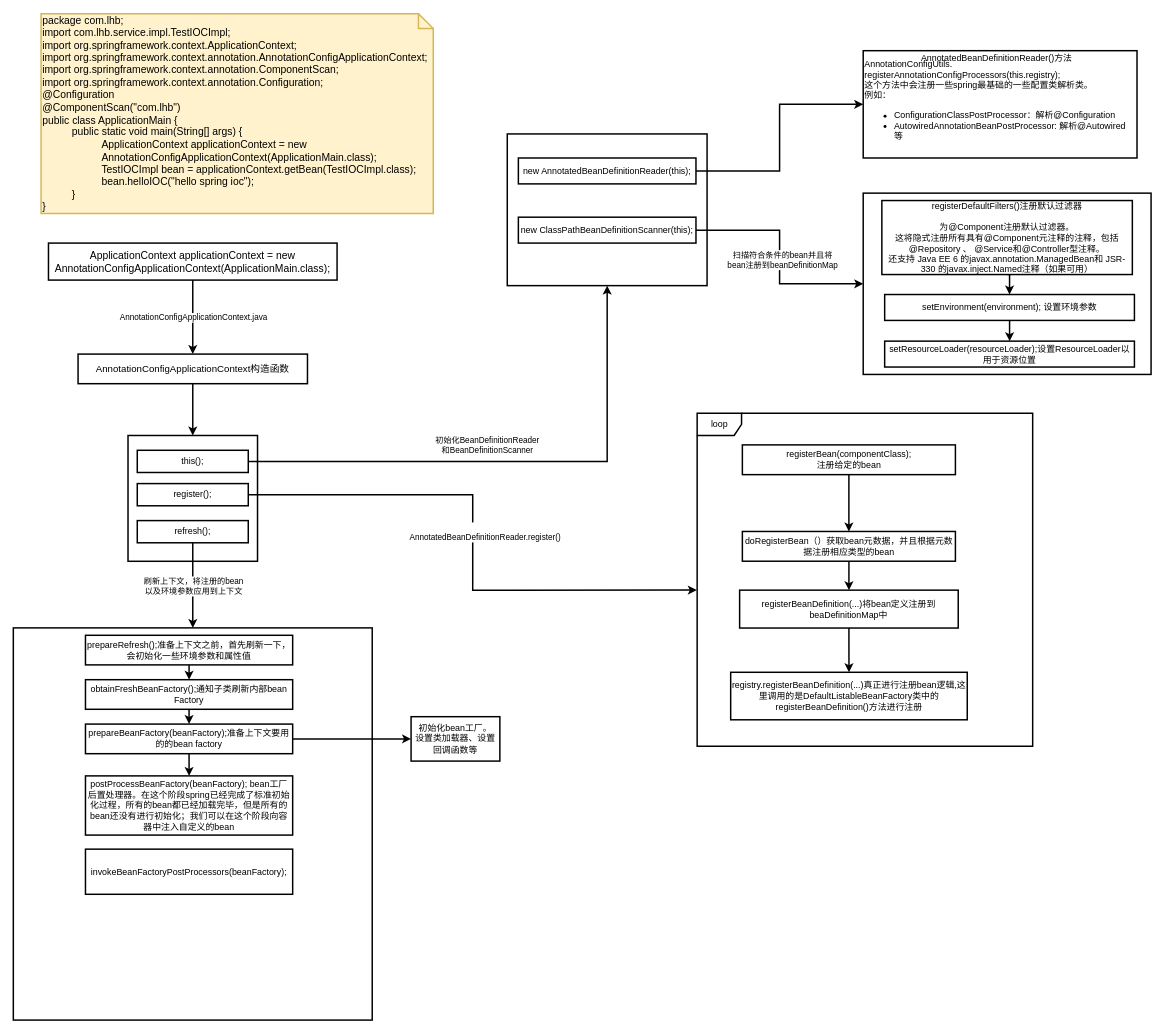
Before: spring/IOC加载流程.drawio in LiHuiBin1995/study-java, a draw.io diagram. Source tidied: cells renumbered, new cells numbered last; positions are measured from the earlier drawing's top-left corner, leaving out a move shared by most shapes. Both pictures are drawn from the tidied source at 74%, with x=0, y=0 at pixel (13, 13).
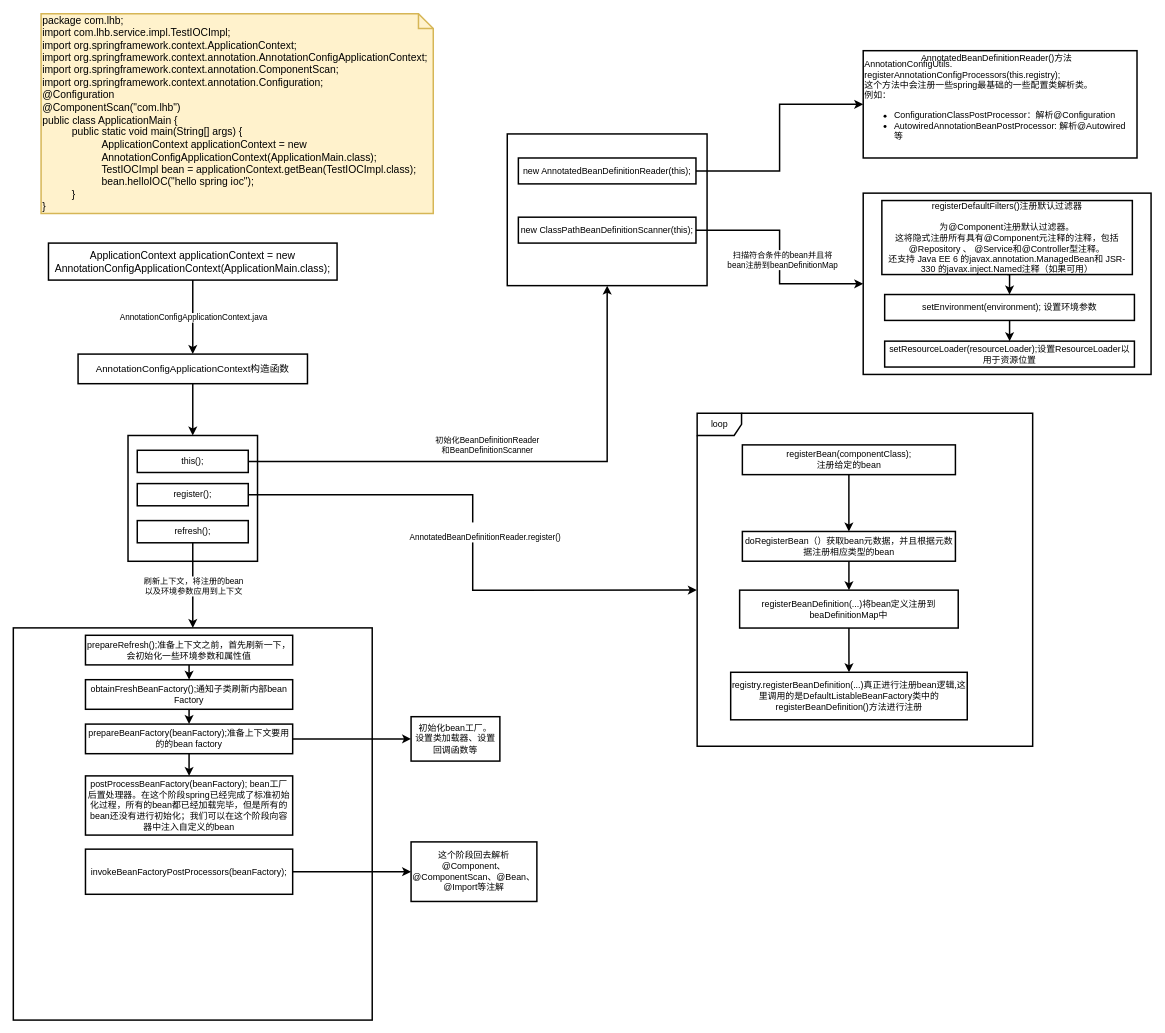
After the change.

Commit message:
更新IOC加载流程.drawio

The change refers to these unchanged cells:
```xml
<mxCell id="54" value="invokeBeanFactoryPostProcessors(beanFactory);" style="rounded=0;whiteSpace=wrap;html=1;strokeWidth=2;" parent="1" vertex="1">
  <mxGeometry x="98" y="1129" width="280" height="61" as="geometry" />
</mxCell>
```

Change to the diagram source:
```diff
@@
+    <mxCell id="55" style="edgeStyle=orthogonalEdgeStyle;rounded=0;jettySize=auto;html=1;strokeWidth=2;" parent="1" edge="1" source="54" target="56">
+      <mxGeometry relative="1" as="geometry" />
+    </mxCell>
@@
+    <mxCell id="56" value="这个阶段回去解析@Component、@ComponentScan、@Bean、@Import等注解" style="whiteSpace=wrap;html=1;rounded=0;strokeWidth=2;" parent="1" vertex="1">
+      <mxGeometry x="538" y="1119.2" width="170" height="80.5" as="geometry" />
+    </mxCell>
```
